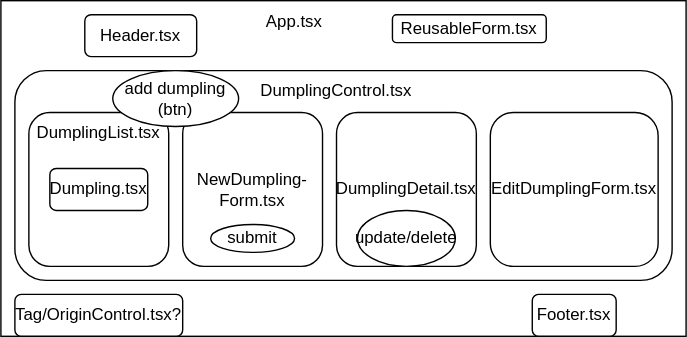
kimmykokonut/dumpling-client keeps this draw.io diagram as src/assets/diagram.drawio.svg. Above is the earlier version. Source tidied: cells renumbered, new cells last; positions are measured from the earlier drawing's top-left corner, leaving out a move shared by most shapes.
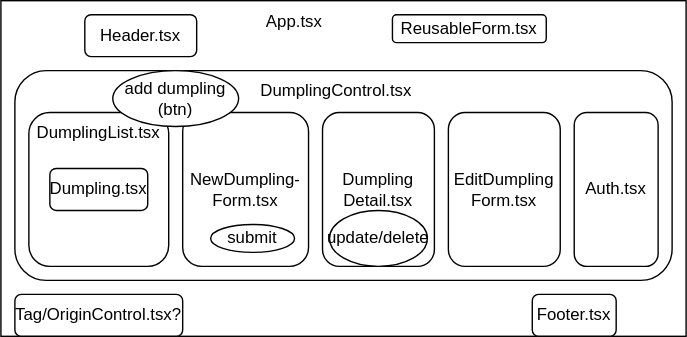
Later version of the same file.

What changed in the source:
```diff
@@ -24,13 +24,13 @@
       <mxGeometry x="20" y="80" width="100" height="110" as="geometry" />
     </mxCell>
     <mxCell id="9" value="NewDumpling-Form.tsx" style="rounded=1;whiteSpace=wrap;html=1;" parent="1" vertex="1">
-      <mxGeometry x="130" y="80" width="100" height="110" as="geometry" />
+      <mxGeometry x="130" y="80" width="90" height="110" as="geometry" />
     </mxCell>
-    <mxCell id="10" value="EditDumplingForm.tsx" style="rounded=1;whiteSpace=wrap;html=1;" parent="1" vertex="1">
-      <mxGeometry x="350" y="80" width="120" height="110" as="geometry" />
+    <mxCell id="10" value="EditDumpling&lt;br&gt;Form.tsx" style="rounded=1;whiteSpace=wrap;html=1;" parent="1" vertex="1">
+      <mxGeometry x="320" y="80" width="80" height="110" as="geometry" />
     </mxCell>
-    <mxCell id="11" value="DumplingDetail.tsx" style="rounded=1;whiteSpace=wrap;html=1;" parent="1" vertex="1">
-      <mxGeometry x="240" y="80" width="100" height="110" as="geometry" />
+    <mxCell id="11" value="Dumpling&lt;br&gt;Detail.tsx" style="rounded=1;whiteSpace=wrap;html=1;" parent="1" vertex="1">
+      <mxGeometry x="230" y="80" width="80" height="110" as="geometry" />
     </mxCell>
     <mxCell id="12" value="Dumpling.tsx" style="rounded=1;whiteSpace=wrap;html=1;" parent="1" vertex="1">
       <mxGeometry x="35" y="120" width="70" height="30" as="geometry" />
@@ -45,7 +45,7 @@
       <mxGeometry x="10" y="210" width="120" height="30" as="geometry" />
     </mxCell>
     <mxCell id="16" value="update/delete" style="ellipse;whiteSpace=wrap;html=1;" parent="1" vertex="1">
-      <mxGeometry x="255" y="150" width="70" height="40" as="geometry" />
+      <mxGeometry x="235" y="150" width="70" height="40" as="geometry" />
     </mxCell>
     <mxCell id="17" value="submit" style="ellipse;whiteSpace=wrap;html=1;" parent="1" vertex="1">
       <mxGeometry x="150" y="160" width="60" height="20" as="geometry" />
@@ -53,5 +53,8 @@
     <mxCell id="18" value="add dumpling&lt;br&gt;(btn)" style="ellipse;whiteSpace=wrap;html=1;" parent="1" vertex="1">
       <mxGeometry x="80" y="50" width="90" height="40" as="geometry" />
     </mxCell>
+    <mxCell id="19" value="Auth.tsx" style="rounded=1;whiteSpace=wrap;html=1;" parent="1" vertex="1">
+      <mxGeometry x="410" y="80" width="60" height="110" as="geometry" />
+    </mxCell>
   </root>
 </mxGraphModel>
```
